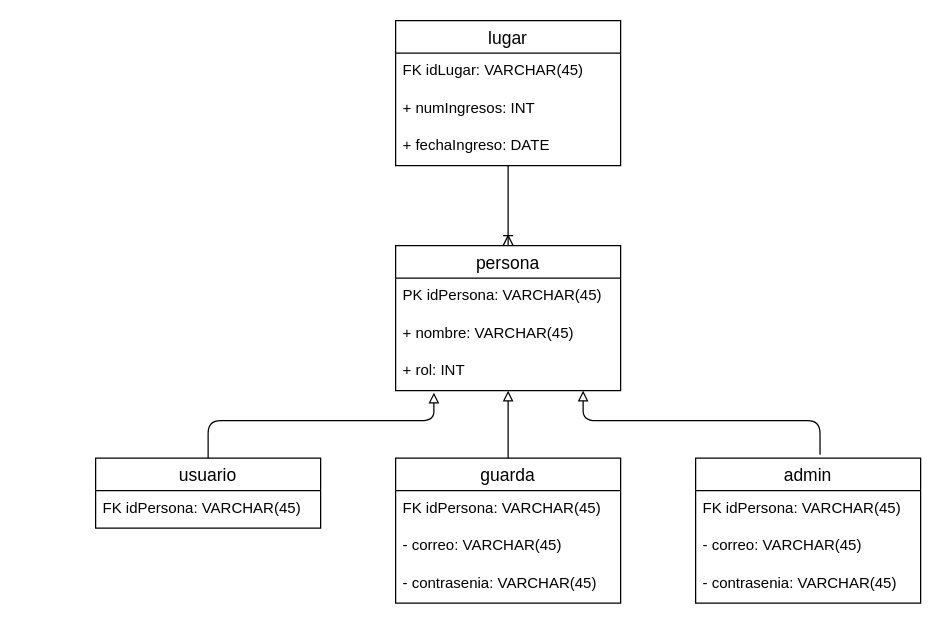
Earlier version of the draw.io diagram db/database_schema.drawio (Stop-Technologies/go-backend). Source tidied: cells renumbered, new cells numbered last; positions are measured from the earlier drawing's top-left corner, leaving out a move shared by most shapes. Both pictures are drawn from the tidied source at 125%, with x=0, y=0 at pixel (95, 20).
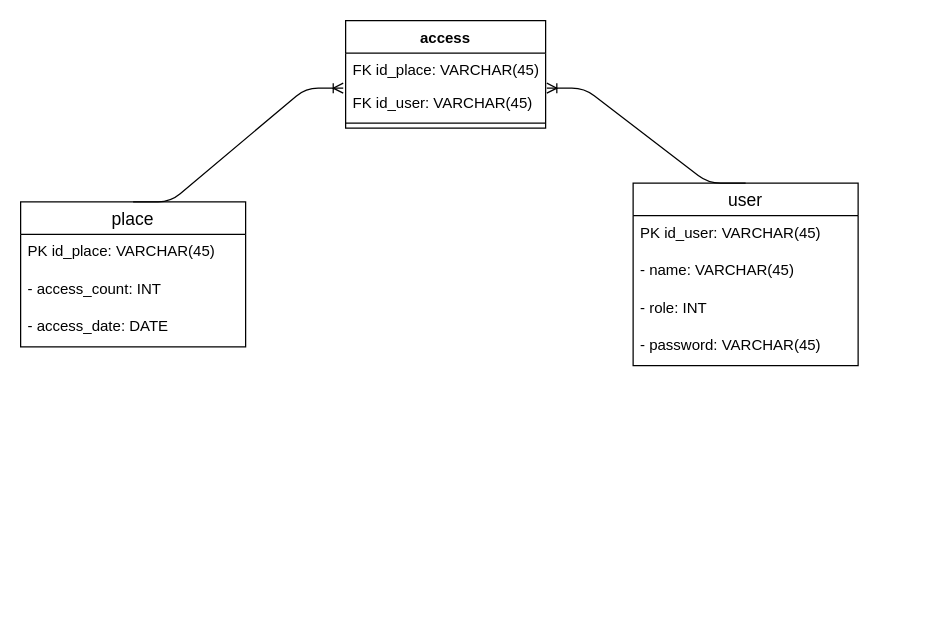
After the change.

Diff of the diagram source:
```diff
@@
-    <mxCell id="2" value="persona" style="swimlane;fontStyle=0;horizontal=1;startSize=26;align=center;fontSize=14;" parent="1" vertex="1">
-      <mxGeometry x="240" y="180" width="180" height="116" as="geometry" />
+    <mxCell id="2" value="user" style="swimlane;fontStyle=0;horizontal=1;startSize=26;align=center;fontSize=14;" parent="1" vertex="1">
+      <mxGeometry x="430" y="130" width="180" height="146" as="geometry" />
     </mxCell>
-    <mxCell id="3" value="PK idPersona: VARCHAR(45)" style="text;strokeColor=none;fillColor=none;spacingLeft=4;spacingRight=4;overflow=hidden;fontSize=12;" parent="2" vertex="1">
+    <mxCell id="3" value="PK id_user: VARCHAR(45)" style="text;strokeColor=none;fillColor=none;spacingLeft=4;spacingRight=4;overflow=hidden;fontSize=12;" parent="2" vertex="1">
       <mxGeometry y="26" width="180" height="30" as="geometry" />
     </mxCell>
-    <mxCell id="4" value="+ nombre: VARCHAR(45)" style="text;strokeColor=none;fillColor=none;spacingLeft=4;spacingRight=4;overflow=hidden;fontSize=12;" parent="2" vertex="1">
+    <mxCell id="4" value="- name: VARCHAR(45)" style="text;strokeColor=none;fillColor=none;spacingLeft=4;spacingRight=4;overflow=hidden;fontSize=12;" parent="2" vertex="1">
       <mxGeometry y="56" width="180" height="30" as="geometry" />
     </mxCell>
-    <mxCell id="5" value="+ rol: INT" style="text;strokeColor=none;fillColor=none;spacingLeft=4;spacingRight=4;overflow=hidden;points=[[0,0.5],[1,0.5]];portConstraint=eastwest;fontSize=12;" parent="2" vertex="1">
+    <mxCell id="5" value="- role: INT" style="text;strokeColor=none;fillColor=none;spacingLeft=4;spacingRight=4;overflow=hidden;points=[[0,0.5],[1,0.5]];portConstraint=eastwest;fontSize=12;" parent="2" vertex="1">
       <mxGeometry y="86" width="180" height="30" as="geometry" />
     </mxCell>
-    <mxCell id="6" value="usuario" style="swimlane;fontStyle=0;horizontal=1;startSize=26;align=center;fontSize=14;" parent="1" vertex="1">
-      <mxGeometry y="350" width="180" height="56" as="geometry" />
-    </mxCell>
-    <mxCell id="7" value="FK idPersona: VARCHAR(45)" style="text;strokeColor=none;fillColor=none;spacingLeft=4;spacingRight=4;overflow=hidden;fontSize=12;" parent="6" vertex="1">
-      <mxGeometry y="26" width="180" height="30" as="geometry" />
-    </mxCell>
-    <mxCell id="8" value="guarda" style="swimlane;fontStyle=0;horizontal=1;startSize=26;align=center;fontSize=14;" parent="1" vertex="1">
-      <mxGeometry x="240" y="350" width="180" height="116" as="geometry" />
-    </mxCell>
-    <mxCell id="9" value="FK idPersona: VARCHAR(45)" style="text;strokeColor=none;fillColor=none;spacingLeft=4;spacingRight=4;overflow=hidden;fontSize=12;" parent="8" vertex="1">
-      <mxGeometry y="26" width="180" height="30" as="geometry" />
-    </mxCell>
-    <mxCell id="10" value="- correo: VARCHAR(45)" style="text;strokeColor=none;fillColor=none;spacingLeft=4;spacingRight=4;overflow=hidden;fontSize=12;" parent="8" vertex="1">
-      <mxGeometry y="56" width="180" height="30" as="geometry" />
-    </mxCell>
-    <mxCell id="11" value="- contrasenia: VARCHAR(45)" style="text;strokeColor=none;fillColor=none;spacingLeft=4;spacingRight=4;overflow=hidden;fontSize=12;" parent="8" vertex="1">
-      <mxGeometry y="86" width="180" height="30" as="geometry" />
-    </mxCell>
-    <mxCell id="12" value="admin" style="swimlane;fontStyle=0;horizontal=1;startSize=26;align=center;fontSize=14;" parent="1" vertex="1">
-      <mxGeometry x="480" y="350" width="180" height="116" as="geometry" />
-    </mxCell>
-    <mxCell id="13" value="FK idPersona: VARCHAR(45)" style="text;strokeColor=none;fillColor=none;spacingLeft=4;spacingRight=4;overflow=hidden;fontSize=12;" parent="12" vertex="1">
-      <mxGeometry y="26" width="180" height="30" as="geometry" />
-    </mxCell>
-    <mxCell id="14" value="- correo: VARCHAR(45)" style="text;strokeColor=none;fillColor=none;spacingLeft=4;spacingRight=4;overflow=hidden;fontSize=12;" parent="12" vertex="1">
-      <mxGeometry y="56" width="180" height="30" as="geometry" />
-    </mxCell>
-    <mxCell id="15" value="- contrasenia: VARCHAR(45)" style="text;strokeColor=none;fillColor=none;spacingLeft=4;spacingRight=4;overflow=hidden;fontSize=12;" parent="12" vertex="1">
-      <mxGeometry y="86" width="180" height="30" as="geometry" />
-    </mxCell>
-    <mxCell id="16" style="edgeStyle=orthogonalEdgeStyle;fontSize=12;html=1;endArrow=block;endFill=0;exitX=0.5;exitY=0;exitDx=0;exitDy=0;entryX=0.17;entryY=1.055;entryDx=0;entryDy=0;entryPerimeter=0;" parent="1" edge="1" source="6" target="5">
-      <mxGeometry relative="1" as="geometry">
-        <Array as="points">
-          <mxPoint x="90" y="320" />
-          <mxPoint x="271" y="320" />
-        </Array>
-      </mxGeometry>
-    </mxCell>
-    <mxCell id="17" style="fontSize=12;html=1;endArrow=block;endFill=0;exitX=0.5;exitY=0;exitDx=0;exitDy=0;entryX=0.5;entryY=1;entryDx=0;entryDy=0;" parent="1" edge="1" source="8" target="2">
-      <mxGeometry relative="1" as="geometry" />
-    </mxCell>
-    <mxCell id="18" style="edgeStyle=orthogonalEdgeStyle;fontSize=12;html=1;endArrow=block;endFill=0;exitX=0.553;exitY=-0.023;exitDx=0;exitDy=0;exitPerimeter=0;" parent="1" edge="1" source="12" target="5">
-      <mxGeometry relative="1" as="geometry">
-        <Array as="points">
-          <mxPoint x="580" y="320" />
-          <mxPoint x="390" y="320" />
-        </Array>
-      </mxGeometry>
-    </mxCell>
+    <mxCell id="24" value="- password: VARCHAR(45)" style="text;strokeColor=none;fillColor=none;spacingLeft=4;spacingRight=4;overflow=hidden;fontSize=12;" parent="2" vertex="1">
+      <mxGeometry y="116" width="180" height="30" as="geometry" />
+    </mxCell>
-    <mxCell id="19" value="lugar" style="swimlane;fontStyle=0;horizontal=1;startSize=26;align=center;fontSize=14;" parent="1" vertex="1">
-      <mxGeometry x="240" width="180" height="116" as="geometry" />
+    <mxCell id="19" value="place" style="swimlane;fontStyle=0;horizontal=1;startSize=26;align=center;fontSize=14;" parent="1" vertex="1">
+      <mxGeometry x="-60" y="145" width="180" height="116" as="geometry" />
     </mxCell>
-    <mxCell id="20" value="FK idLugar: VARCHAR(45)" style="text;strokeColor=none;fillColor=none;spacingLeft=4;spacingRight=4;overflow=hidden;fontSize=12;" parent="19" vertex="1">
+    <mxCell id="20" value="PK id_place: VARCHAR(45)" style="text;strokeColor=none;fillColor=none;spacingLeft=4;spacingRight=4;overflow=hidden;fontSize=12;" parent="19" vertex="1">
       <mxGeometry y="26" width="180" height="30" as="geometry" />
     </mxCell>
-    <mxCell id="21" value="+ numIngresos: INT" style="text;strokeColor=none;fillColor=none;spacingLeft=4;spacingRight=4;overflow=hidden;fontSize=12;" parent="19" vertex="1">
+    <mxCell id="21" value="- access_count: INT" style="text;strokeColor=none;fillColor=none;spacingLeft=4;spacingRight=4;overflow=hidden;fontSize=12;" parent="19" vertex="1">
       <mxGeometry y="56" width="180" height="30" as="geometry" />
     </mxCell>
-    <mxCell id="22" value="+ fechaIngreso: DATE" style="text;strokeColor=none;fillColor=none;spacingLeft=4;spacingRight=4;overflow=hidden;fontSize=12;" parent="19" vertex="1">
+    <mxCell id="22" value="- access_date: DATE" style="text;strokeColor=none;fillColor=none;spacingLeft=4;spacingRight=4;overflow=hidden;fontSize=12;" parent="19" vertex="1">
       <mxGeometry y="86" width="180" height="30" as="geometry" />
     </mxCell>
-    <mxCell id="23" style="fontSize=12;html=1;endArrow=ERoneToMany;exitX=0.5;exitY=1;exitDx=0;exitDy=0;" parent="1" edge="1" source="19" target="2">
-      <mxGeometry relative="1" as="geometry" />
-    </mxCell>
+    <mxCell id="25" value="access" style="swimlane;fontStyle=1;align=center;verticalAlign=top;horizontal=1;startSize=26;" parent="1" vertex="1">
+      <mxGeometry x="200" width="160" height="86" as="geometry" />
+    </mxCell>
+    <mxCell id="26" value="FK id_place: VARCHAR(45)" style="text;strokeColor=none;fillColor=none;align=left;verticalAlign=top;spacingLeft=4;spacingRight=4;overflow=hidden;points=[[0,0.5],[1,0.5]];portConstraint=eastwest;" parent="25" vertex="1">
+      <mxGeometry y="26" width="160" height="26" as="geometry" />
+    </mxCell>
+    <mxCell id="27" value="FK id_user: VARCHAR(45)" style="text;strokeColor=none;fillColor=none;align=left;verticalAlign=top;spacingLeft=4;spacingRight=4;overflow=hidden;points=[[0,0.5],[1,0.5]];portConstraint=eastwest;" parent="25" vertex="1">
+      <mxGeometry y="52" width="160" height="26" as="geometry" />
+    </mxCell>
+    <mxCell id="28" style="line;strokeWidth=1;fillColor=none;align=left;verticalAlign=middle;spacingTop=-1;spacingLeft=3;spacingRight=3;labelPosition=right;" parent="25" vertex="1">
+      <mxGeometry y="78" width="160" height="8" as="geometry" />
+    </mxCell>
+    <mxCell id="29" style="edgeStyle=entityRelationEdgeStyle;fontSize=12;html=1;endArrow=ERoneToMany;exitX=0.5;exitY=0;exitDx=0;exitDy=0;entryX=-0.012;entryY=1.077;entryDx=0;entryDy=0;entryPerimeter=0;" parent="1" edge="1" source="19" target="26">
+      <mxGeometry relative="1" as="geometry" />
+    </mxCell>
+    <mxCell id="30" style="edgeStyle=entityRelationEdgeStyle;fontSize=12;html=1;endArrow=ERoneToMany;exitX=0.5;exitY=0;exitDx=0;exitDy=0;entryX=1.006;entryY=0.077;entryDx=0;entryDy=0;entryPerimeter=0;" parent="1" edge="1" source="2" target="27">
+      <mxGeometry relative="1" as="geometry" />
+    </mxCell>
```
